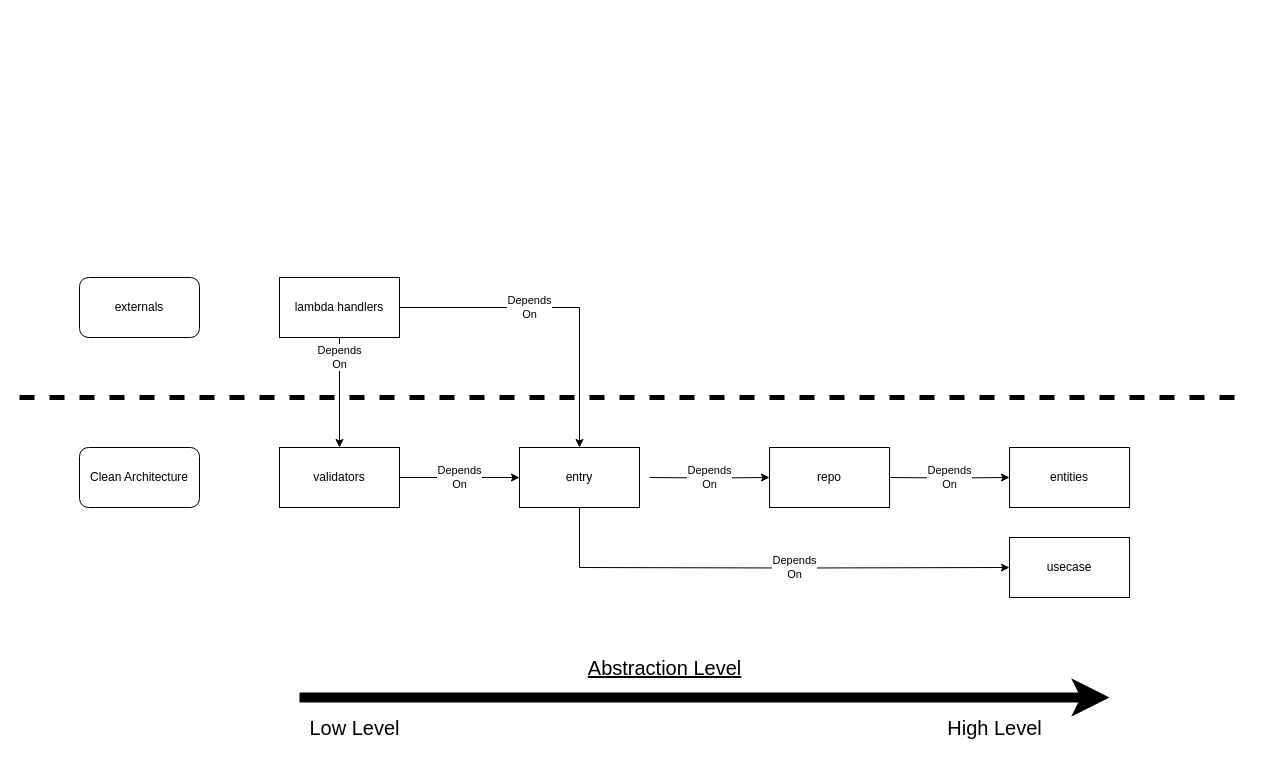
Earlier version of the draw.io diagram page "layer_dependency_structure" (3 of 3) of clean_architecture/software_design.drawio (rrigato/architecture). Source tidied: cells renumbered, new cells numbered last; positions are measured from the earlier drawing's top-left corner, leaving out a move shared by most shapes. Both pictures are drawn from the tidied source at 100%, with x=0, y=0 at pixel (19, 277).
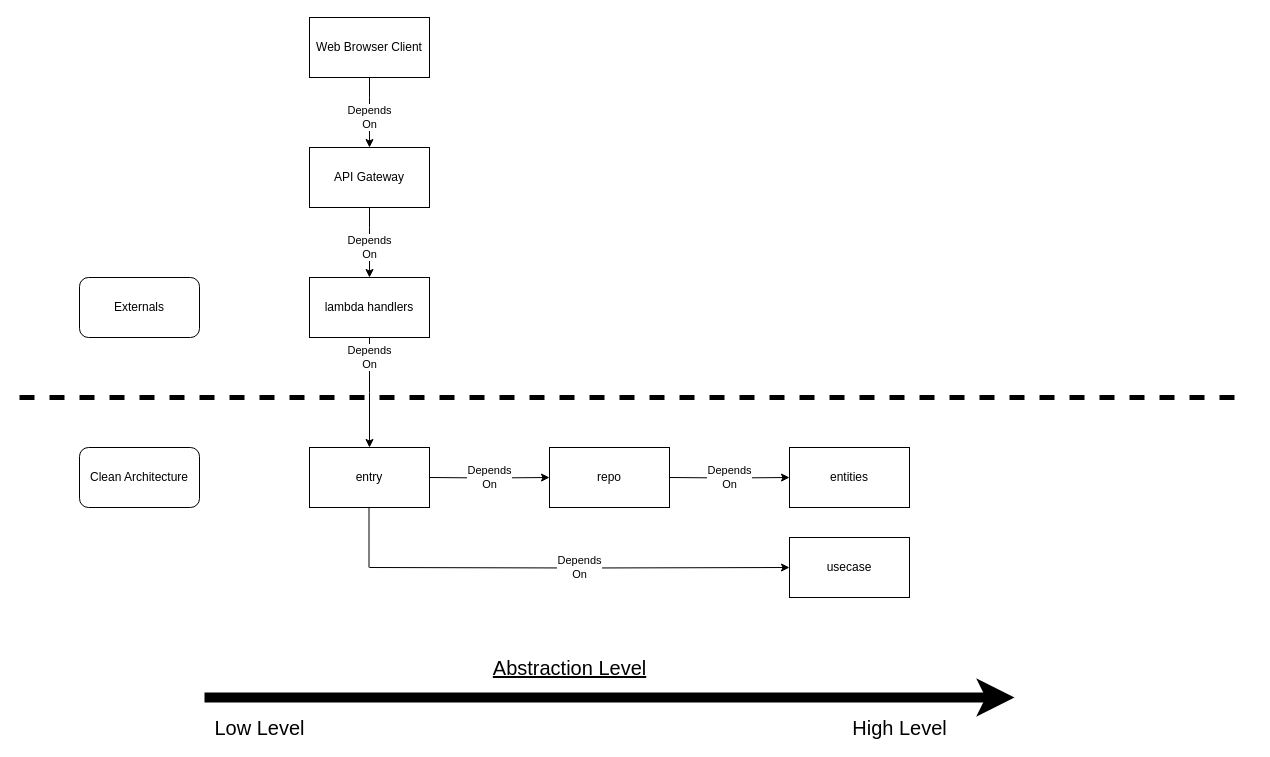
Above is the later version.

Diff of the diagram source:
```diff
@@
-    <mxCell id="2" value="Depends&lt;br&gt;On" style="edgeStyle=orthogonalEdgeStyle;rounded=0;jettySize=auto;html=1;" parent="1" edge="1" source="3" target="5">
-      <mxGeometry x="-0.64" relative="1" as="geometry" />
+    <mxCell id="2" value="Depends&lt;br&gt;On" style="edgeStyle=orthogonalEdgeStyle;rounded=0;jettySize=auto;html=1;" parent="1" edge="1" source="3">
+      <mxGeometry x="-0.64" relative="1" as="geometry">
+        <mxPoint x="350" y="170" as="targetPoint" />
+      </mxGeometry>
     </mxCell>
     <mxCell id="3" value="lambda handlers" style="rounded=0;whiteSpace=wrap;html=1;" parent="1" vertex="1">
-      <mxGeometry x="260" width="120" height="60" as="geometry" />
+      <mxGeometry x="290" width="120" height="60" as="geometry" />
     </mxCell>
-    <mxCell id="4" value="Depends&lt;br&gt;On" style="edgeStyle=orthogonalEdgeStyle;rounded=0;jettySize=auto;html=1;" parent="1" edge="1" source="5" target="6">
-      <mxGeometry relative="1" as="geometry" />
-    </mxCell>
-    <mxCell id="5" value="validators" style="rounded=0;whiteSpace=wrap;html=1;" parent="1" vertex="1">
-      <mxGeometry x="260" y="170" width="120" height="60" as="geometry" />
-    </mxCell>
     <mxCell id="6" value="entry" style="rounded=0;whiteSpace=wrap;html=1;" parent="1" vertex="1">
-      <mxGeometry x="500" y="170" width="120" height="60" as="geometry" />
+      <mxGeometry x="290" y="170" width="120" height="60" as="geometry" />
     </mxCell>
-    <mxCell id="7" value="externals" style="rounded=1;whiteSpace=wrap;html=1;" parent="1" vertex="1">
+    <mxCell id="7" value="Externals" style="rounded=1;whiteSpace=wrap;html=1;" parent="1" vertex="1">
       <mxGeometry x="60" width="120" height="60" as="geometry" />
     </mxCell>
@@
     <mxCell id="10" value="Depends&lt;br&gt;On" style="edgeStyle=orthogonalEdgeStyle;rounded=0;jettySize=auto;html=1;" parent="1" edge="1" target="11">
       <mxGeometry relative="1" as="geometry">
-        <mxPoint x="630" y="200" as="sourcePoint" />
+        <mxPoint x="410" y="200" as="sourcePoint" />
       </mxGeometry>
     </mxCell>
     <mxCell id="11" value="repo" style="rounded=0;whiteSpace=wrap;html=1;" parent="1" vertex="1">
-      <mxGeometry x="750" y="170" width="120" height="60" as="geometry" />
+      <mxGeometry x="530" y="170" width="120" height="60" as="geometry" />
     </mxCell>
     <mxCell id="12" value="Depends&lt;br&gt;On" style="edgeStyle=orthogonalEdgeStyle;rounded=0;jettySize=auto;html=1;" parent="1" edge="1" target="13">
       <mxGeometry relative="1" as="geometry">
-        <mxPoint x="870" y="200" as="sourcePoint" />
+        <mxPoint x="650" y="200" as="sourcePoint" />
       </mxGeometry>
     </mxCell>
     <mxCell id="13" value="entities" style="rounded=0;whiteSpace=wrap;html=1;" parent="1" vertex="1">
-      <mxGeometry x="990" y="170" width="120" height="60" as="geometry" />
+      <mxGeometry x="770" y="170" width="120" height="60" as="geometry" />
     </mxCell>
     <mxCell id="14" value="Depends&lt;br&gt;On" style="edgeStyle=orthogonalEdgeStyle;rounded=0;jettySize=auto;html=1;" parent="1" edge="1" target="15">
       <mxGeometry relative="1" as="geometry">
-        <mxPoint x="560" y="290" as="sourcePoint" />
+        <mxPoint x="350" y="290" as="sourcePoint" />
       </mxGeometry>
     </mxCell>
     <mxCell id="15" value="usecase" style="rounded=0;whiteSpace=wrap;html=1;" parent="1" vertex="1">
-      <mxGeometry x="990" y="260" width="120" height="60" as="geometry" />
+      <mxGeometry x="770" y="260" width="120" height="60" as="geometry" />
     </mxCell>
     <mxCell id="16" style="endArrow=none;html=1;" parent="1" edge="1">
       <mxGeometry relative="1" as="geometry">
-        <mxPoint x="560" y="290" as="sourcePoint" />
-        <mxPoint x="560" y="230" as="targetPoint" />
+        <mxPoint x="349.5" y="290" as="sourcePoint" />
+        <mxPoint x="349.5" y="230" as="targetPoint" />
       </mxGeometry>
     </mxCell>
     <mxCell id="17" style="endArrow=classic;html=1;strokeWidth=10;" parent="1" edge="1">
       <mxGeometry relative="1" as="geometry">
-        <mxPoint x="280" y="420" as="sourcePoint" />
-        <mxPoint x="1090" y="420" as="targetPoint" />
+        <mxPoint x="185" y="420" as="sourcePoint" />
+        <mxPoint x="995" y="420" as="targetPoint" />
         <Array as="points">
-          <mxPoint x="780" y="420" />
+          <mxPoint x="685" y="420" />
         </Array>
       </mxGeometry>
     </mxCell>
     <mxCell id="18" value="&lt;font style=&quot;font-size: 20px&quot;&gt;&lt;u&gt;Abstraction Level&lt;/u&gt;&lt;/font&gt;" style="text;html=1;align=center;verticalAlign=middle;strokeColor=none;" parent="1" vertex="1">
-      <mxGeometry x="560" y="380" width="170" height="20" as="geometry" />
+      <mxGeometry x="465" y="380" width="170" height="20" as="geometry" />
     </mxCell>
     <mxCell id="19" value="&lt;font style=&quot;font-size: 20px&quot;&gt;Low Level&lt;/font&gt;" style="text;html=1;align=center;verticalAlign=middle;strokeColor=none;" parent="1" vertex="1">
-      <mxGeometry x="280" y="440" width="110" height="20" as="geometry" />
+      <mxGeometry x="185" y="440" width="110" height="20" as="geometry" />
     </mxCell>
     <mxCell id="20" value="&lt;font style=&quot;font-size: 20px&quot;&gt;High Level&lt;/font&gt;" style="text;html=1;align=center;verticalAlign=middle;strokeColor=none;" parent="1" vertex="1">
-      <mxGeometry x="920" y="440" width="110" height="20" as="geometry" />
+      <mxGeometry x="825" y="440" width="110" height="20" as="geometry" />
     </mxCell>
-    <mxCell id="21" value="Depends&lt;br&gt;On" style="edgeStyle=orthogonalEdgeStyle;rounded=0;jettySize=auto;html=1;exitX=1;exitY=0.5;exitDx=0;exitDy=0;" parent="1" edge="1" source="3" target="6">
-      <mxGeometry x="-0.19" relative="1" as="geometry" />
-    </mxCell>
+    <mxCell id="22" value="Depends&lt;br&gt;On" style="edgeStyle=orthogonalEdgeStyle;rounded=0;jettySize=auto;html=1;" parent="1" edge="1" source="23">
+      <mxGeometry x="0.14" relative="1" as="geometry">
+        <mxPoint x="350" as="targetPoint" />
+        <Array as="points">
+          <mxPoint x="350" y="-50" />
+          <mxPoint x="350" y="-50" />
+        </Array>
+      </mxGeometry>
+    </mxCell>
+    <mxCell id="23" value="API Gateway" style="rounded=0;whiteSpace=wrap;html=1;" parent="1" vertex="1">
+      <mxGeometry x="290" y="-130" width="120" height="60" as="geometry" />
+    </mxCell>
+    <mxCell id="24" value="Depends&lt;br&gt;On" style="edgeStyle=orthogonalEdgeStyle;rounded=0;jettySize=auto;html=1;" parent="1" edge="1" source="25">
+      <mxGeometry x="0.14" relative="1" as="geometry">
+        <mxPoint x="350" y="-130" as="targetPoint" />
+        <Array as="points">
+          <mxPoint x="350" y="-180" />
+          <mxPoint x="350" y="-180" />
+        </Array>
+      </mxGeometry>
+    </mxCell>
+    <mxCell id="25" value="Web Browser Client" style="rounded=0;whiteSpace=wrap;html=1;" parent="1" vertex="1">
+      <mxGeometry x="290" y="-260" width="120" height="60" as="geometry" />
+    </mxCell>
```
